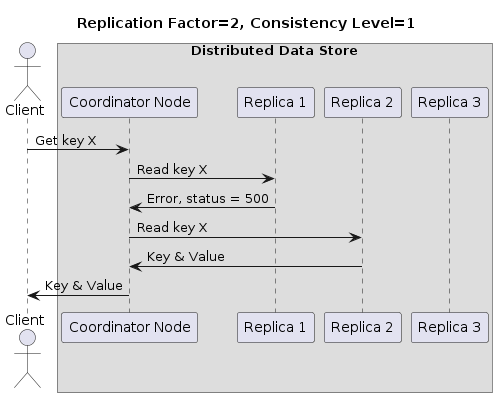
EliriaT/distributed-store keeps this PlantUML diagram as diagrams/sequence6.png. Above is the earlier version.
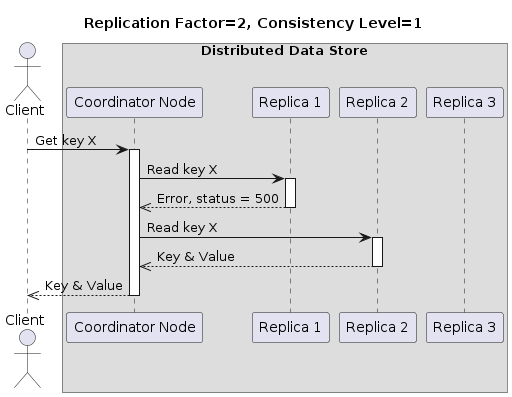
The same diagram one commit later.

Change to the diagram source:
```diff
@@ -11,10 +11,16 @@
 
 
 C -> CN : Get key X
+activate CN
 CN -> N1 : Read key X
-N1 -> CN : Error, status = 500
+activate N1
+N1 -->> CN : Error, status = 500
+deactivate N1
 
 CN -> N2 : Read key X
-N2 -> CN : Key & Value
-CN -> C : Key & Value
+activate N2
+N2 -->> CN : Key & Value
+deactivate N2
+CN -->> C : Key & Value
+deactivate CN
 @enduml
```
